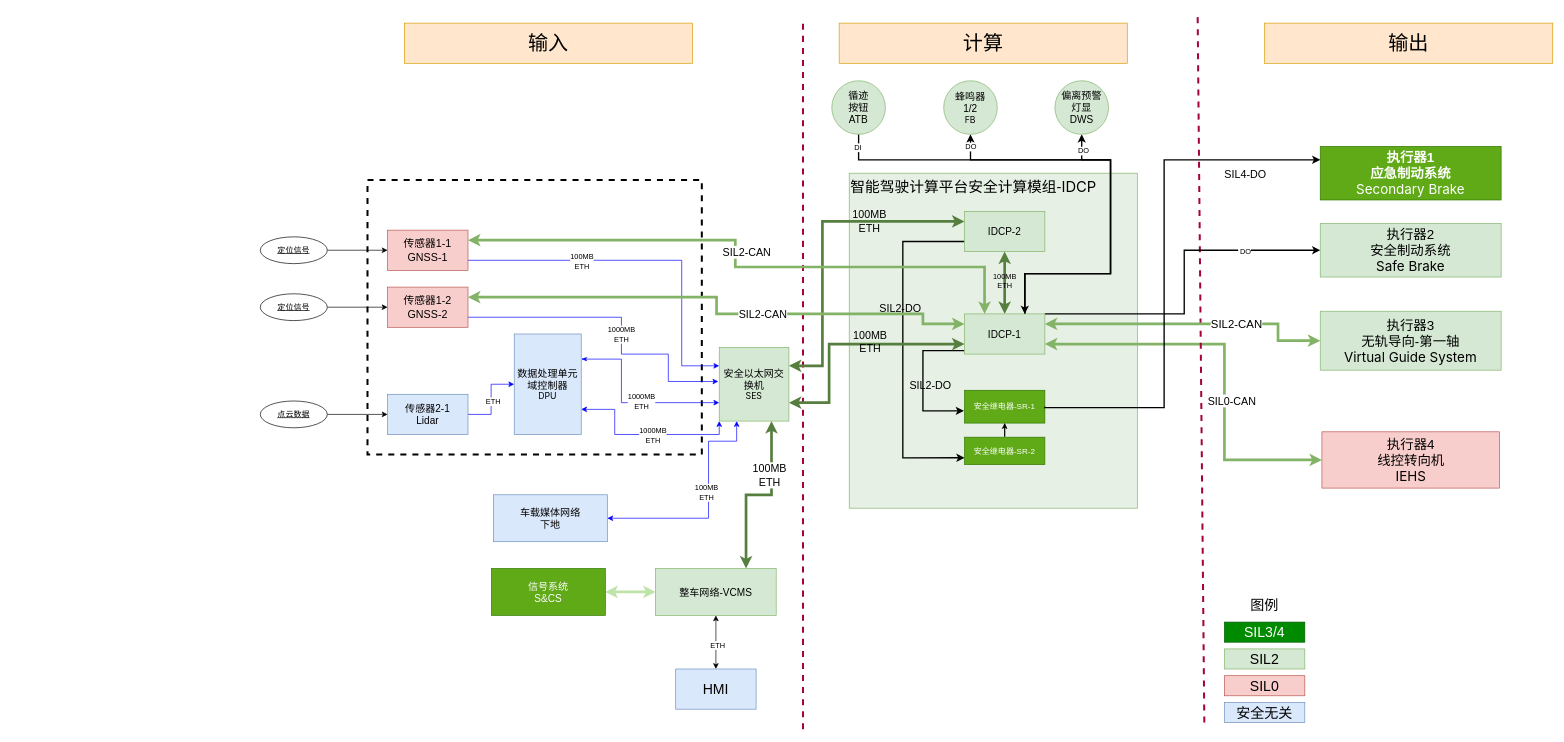
This is page "循迹系统全连接图-240415update" (1 of 16) of 马来DAS系统关联关系图.drawio from FrankWong-cs/SharingwithColleagues, a draw.io file, before an edit. Source tidied: cells renumbered, new cells numbered last; positions are measured from the earlier drawing's top-left corner, leaving out a move shared by most shapes. Both pictures are drawn from the tidied source at 67%, with x=0, y=0 at pixel (260, 12). Pictures stored in the file or linked from it are replaced by grey dashed boxes.
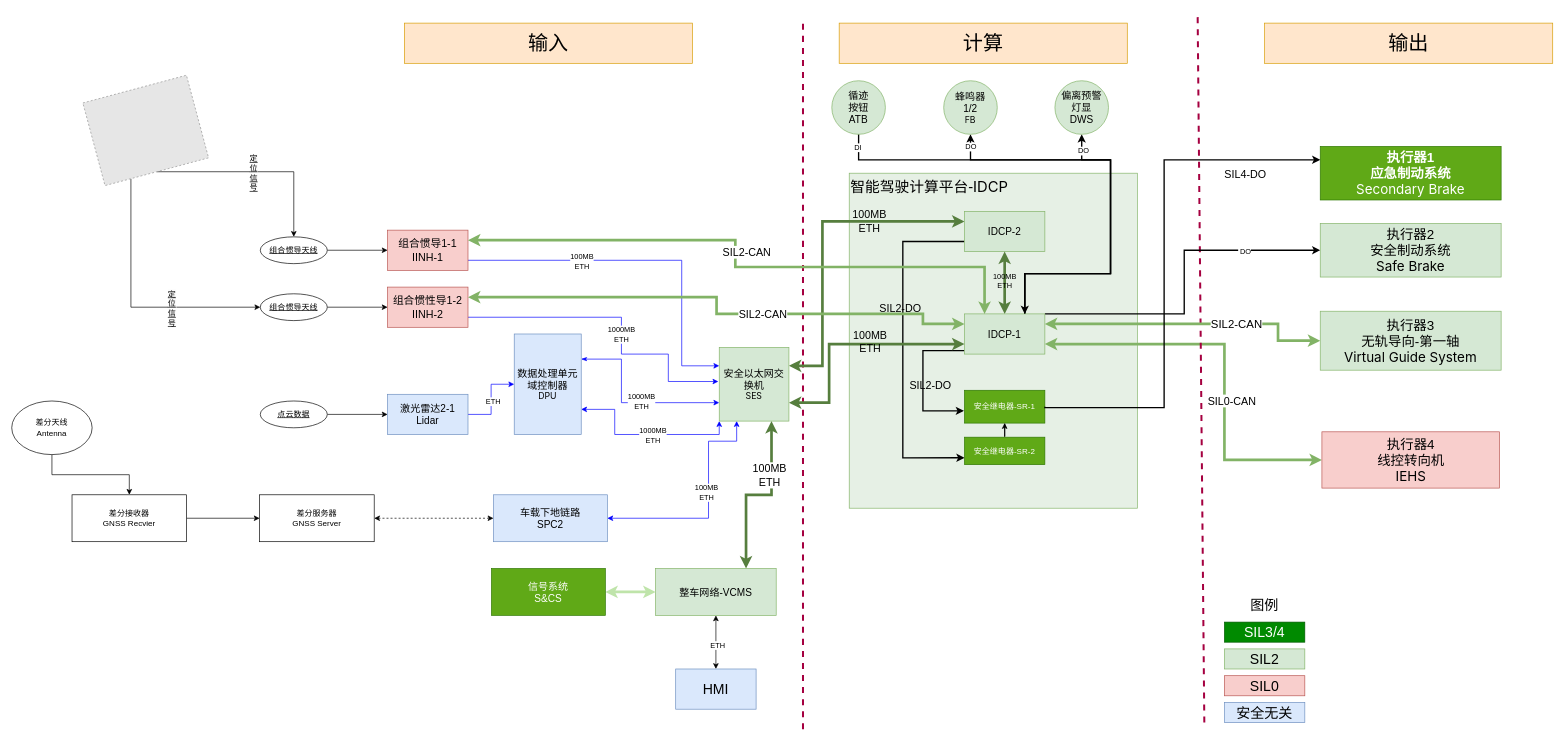
After the change.

Commit message:
Update 马来DAS系统关联关系图.drawio

Change to the diagram source:
```diff
@@
-    <mxCell id="2" style="rounded=0;whiteSpace=wrap;html=1;fillStyle=dashed;dashed=1;strokeWidth=3;" parent="1" vertex="1">
-      <mxGeometry x="160" y="250" width="499" height="410" as="geometry" />
-    </mxCell>
@@
-    <mxCell id="5" value="传感器1-1&lt;br style=&quot;font-size: 16px;&quot;&gt;GNSS-1" style="rounded=0;whiteSpace=wrap;html=1;fillColor=#f8cecc;strokeColor=#b85450;fontSize=16;" parent="1" vertex="1">
+    <mxCell id="5" value="组合惯导1-1&lt;br style=&quot;font-size: 16px;&quot;&gt;IINH-1" style="rounded=0;whiteSpace=wrap;html=1;fillColor=#f8cecc;strokeColor=#b85450;fontSize=16;" parent="1" vertex="1">
       <mxGeometry x="190" y="325" width="120" height="60" as="geometry" />
     </mxCell>
@@
-    <mxCell id="8" value="传感器1-2&lt;br style=&quot;font-size: 16px;&quot;&gt;GNSS-2" style="rounded=0;whiteSpace=wrap;html=1;fillColor=#f8cecc;strokeColor=#b85450;fontSize=16;" parent="1" vertex="1">
+    <mxCell id="8" value="组合惯性导1-2&lt;br style=&quot;font-size: 16px;&quot;&gt;IINH-2" style="rounded=0;whiteSpace=wrap;html=1;fillColor=#f8cecc;strokeColor=#b85450;fontSize=16;" parent="1" vertex="1">
       <mxGeometry x="190" y="410" width="120" height="60" as="geometry" />
     </mxCell>
@@
-    <mxCell id="11" value="传感器2-1&lt;br style=&quot;font-size: 15px;&quot;&gt;Lidar" style="rounded=0;whiteSpace=wrap;html=1;fillColor=#dae8fc;strokeColor=#6c8ebf;fontSize=15;" parent="1" vertex="1">
+    <mxCell id="11" value="激光雷达2-1&lt;br style=&quot;font-size: 15px;&quot;&gt;Lidar" style="rounded=0;whiteSpace=wrap;html=1;fillColor=#dae8fc;strokeColor=#6c8ebf;fontSize=15;" parent="1" vertex="1">
       <mxGeometry x="190" y="570" width="120" height="60" as="geometry" />
     </mxCell>
@@
-    <mxCell id="13" value="定位信号" style="ellipse;whiteSpace=wrap;html=1;align=center;fontStyle=4;" parent="1" vertex="1">
+    <mxCell id="13" value="组合惯导天线" style="ellipse;whiteSpace=wrap;html=1;align=center;fontStyle=4;" parent="1" vertex="1">
       <mxGeometry y="335" width="100" height="40" as="geometry" />
     </mxCell>
@@
-    <mxCell id="15" value="定位信号" style="ellipse;whiteSpace=wrap;html=1;align=center;fontStyle=4;" parent="1" vertex="1">
+    <mxCell id="15" value="组合惯导天线" style="ellipse;whiteSpace=wrap;html=1;align=center;fontStyle=4;" parent="1" vertex="1">
       <mxGeometry y="420" width="100" height="40" as="geometry" />
     </mxCell>
@@
-    <mxCell id="23" value="&lt;div style=&quot;color: rgb(0, 0, 0); font-size: 22px;&quot;&gt;&lt;p class=&quot;MsoNormal&quot; style=&quot;margin: 0pt 0pt 0.0001pt;&quot;&gt;&lt;font style=&quot;font-size: 22px;&quot;&gt;智能驾驶计算平台&lt;/font&gt;&lt;span style=&quot;font-size: 22px; background-color: initial;&quot;&gt;安全计算模组-&lt;/span&gt;&lt;span style=&quot;font-family: LarkHackSafariFont, LarkEmojiFont, LarkChineseQuote, -apple-system, BlinkMacSystemFont, &amp;quot;Helvetica Neue&amp;quot;, Tahoma, &amp;quot;PingFang SC&amp;quot;, &amp;quot;Microsoft Yahei&amp;quot;, Arial, &amp;quot;Hiragino Sans GB&amp;quot;, sans-serif, &amp;quot;Apple Color Emoji&amp;quot;, &amp;quot;Segoe UI Emoji&amp;quot;, &amp;quot;Segoe UI Symbol&amp;quot;, &amp;quot;Noto Color Emoji&amp;quot;; white-space: pre; background-color: initial;&quot;&gt;IDCP&lt;/span&gt;&lt;/p&gt;&lt;/div&gt;" style="whiteSpace=wrap;html=1;align=left;verticalAlign=top;fontSize=20;fillColor=#e6f0e5;strokeColor=#82b366;" parent="1" vertex="1">
+    <mxCell id="23" value="&lt;div style=&quot;color: rgb(0, 0, 0); font-size: 22px;&quot;&gt;&lt;p class=&quot;MsoNormal&quot; style=&quot;margin: 0pt 0pt 0.0001pt;&quot;&gt;&lt;font style=&quot;font-size: 22px;&quot;&gt;智能驾驶计算平台&lt;/font&gt;&lt;span style=&quot;font-size: 22px; background-color: initial;&quot;&gt;-&lt;/span&gt;&lt;span style=&quot;font-family: LarkHackSafariFont, LarkEmojiFont, LarkChineseQuote, -apple-system, BlinkMacSystemFont, &amp;quot;Helvetica Neue&amp;quot;, Tahoma, &amp;quot;PingFang SC&amp;quot;, &amp;quot;Microsoft Yahei&amp;quot;, Arial, &amp;quot;Hiragino Sans GB&amp;quot;, sans-serif, &amp;quot;Apple Color Emoji&amp;quot;, &amp;quot;Segoe UI Emoji&amp;quot;, &amp;quot;Segoe UI Symbol&amp;quot;, &amp;quot;Noto Color Emoji&amp;quot;; white-space: pre; background-color: initial;&quot;&gt;IDCP&lt;/span&gt;&lt;/p&gt;&lt;/div&gt;" style="whiteSpace=wrap;html=1;align=left;verticalAlign=top;fontSize=20;fillColor=#e6f0e5;strokeColor=#82b366;" parent="1" vertex="1">
       <mxGeometry x="879" y="240" width="430" height="500" as="geometry" />
     </mxCell>
@@
-    <mxCell id="81" value="车载媒体网络&lt;br&gt;下地" style="whiteSpace=wrap;html=1;align=center;fontSize=15;fillColor=#dae8fc;fontColor=default;strokeColor=#6c8ebf;rounded=0;" parent="1" vertex="1">
+    <mxCell id="81" value="车载下地链路&lt;br&gt;SPC2" style="whiteSpace=wrap;html=1;align=center;fontSize=15;fillColor=#dae8fc;fontColor=default;strokeColor=#6c8ebf;rounded=0;" parent="1" vertex="1">
       <mxGeometry x="348" y="720" width="170" height="70" as="geometry" />
     </mxCell>
@@
+    <mxCell id="88" style="edgeStyle=orthogonalEdgeStyle;rounded=0;jettySize=auto;html=1;exitX=0.5;exitY=1;exitDx=0;exitDy=0;entryX=0.5;entryY=0;entryDx=0;entryDy=0;" parent="1" edge="1" source="92" target="13">
+      <mxGeometry relative="1" as="geometry" />
+    </mxCell>
+    <mxCell id="89" value="&lt;span style=&quot;font-size: 12px; text-wrap-mode: wrap; background-color: rgb(251, 251, 251); text-decoration-line: underline;&quot;&gt;定位信号&lt;/span&gt;" style="edgeLabel;html=1;align=center;verticalAlign=middle;" parent="88" vertex="1">
+      <mxGeometry x="0.48" y="2" relative="1" as="geometry">
+        <mxPoint x="-63" y="-17" as="offset" />
+      </mxGeometry>
+    </mxCell>
+    <mxCell id="90" style="edgeStyle=orthogonalEdgeStyle;rounded=0;jettySize=auto;html=1;exitX=0.25;exitY=1;exitDx=0;exitDy=0;entryX=0;entryY=0.5;entryDx=0;entryDy=0;" parent="1" edge="1" source="92" target="15">
+      <mxGeometry relative="1" as="geometry">
+        <Array as="points">
+          <mxPoint x="-193" y="440" />
+        </Array>
+      </mxGeometry>
+    </mxCell>
+    <mxCell id="91" value="&lt;span style=&quot;font-size: 12px; text-wrap-mode: wrap; background-color: rgb(251, 251, 251); text-decoration-line: underline;&quot;&gt;定位信号&lt;/span&gt;" style="edgeLabel;html=1;align=center;verticalAlign=middle;" parent="90" vertex="1">
+      <mxGeometry x="0.31" y="-1" relative="1" as="geometry" />
+    </mxCell>
+    <mxCell id="92" style="fillColor=#E6E6E6;strokeColor=#999999;dashed=1;verticalLabelPosition=bottom;labelBackgroundColor=default;verticalAlign=top;rotation=-15;" parent="1" vertex="1">
+      <mxGeometry x="-251" y="112.3" width="160" height="127.7" as="geometry" />
+    </mxCell>
+    <mxCell id="93" style="edgeStyle=orthogonalEdgeStyle;rounded=0;jettySize=auto;html=1;exitX=1;exitY=0.5;exitDx=0;exitDy=0;startArrow=classic;startFill=1;dashed=1;" parent="1" edge="1" source="94" target="81">
+      <mxGeometry relative="1" as="geometry" />
+    </mxCell>
+    <mxCell id="94" value="&lt;div&gt;差分服务器&lt;/div&gt;GNSS Server" style="rounded=0;whiteSpace=wrap;html=1;" parent="1" vertex="1">
+      <mxGeometry x="-1" y="720" width="171" height="70" as="geometry" />
+    </mxCell>
+    <mxCell id="95" style="edgeStyle=orthogonalEdgeStyle;rounded=0;jettySize=auto;html=1;exitX=1;exitY=0.5;exitDx=0;exitDy=0;entryX=0;entryY=0.5;entryDx=0;entryDy=0;" parent="1" edge="1" source="96" target="94">
+      <mxGeometry relative="1" as="geometry" />
+    </mxCell>
+    <mxCell id="96" value="&lt;div&gt;差分接收器&lt;/div&gt;GNSS Recvier" style="rounded=0;whiteSpace=wrap;html=1;" parent="1" vertex="1">
+      <mxGeometry x="-281" y="720" width="171" height="70" as="geometry" />
+    </mxCell>
+    <mxCell id="97" style="edgeStyle=orthogonalEdgeStyle;rounded=0;jettySize=auto;html=1;exitX=0.5;exitY=1;exitDx=0;exitDy=0;entryX=0.5;entryY=0;entryDx=0;entryDy=0;" parent="1" edge="1" source="98" target="96">
+      <mxGeometry relative="1" as="geometry" />
+    </mxCell>
+    <mxCell id="98" value="&lt;div&gt;差分天线&lt;/div&gt;Antenna" style="ellipse;whiteSpace=wrap;html=1;" parent="1" vertex="1">
+      <mxGeometry x="-371" y="580" width="120" height="80" as="geometry" />
+    </mxCell>
```
